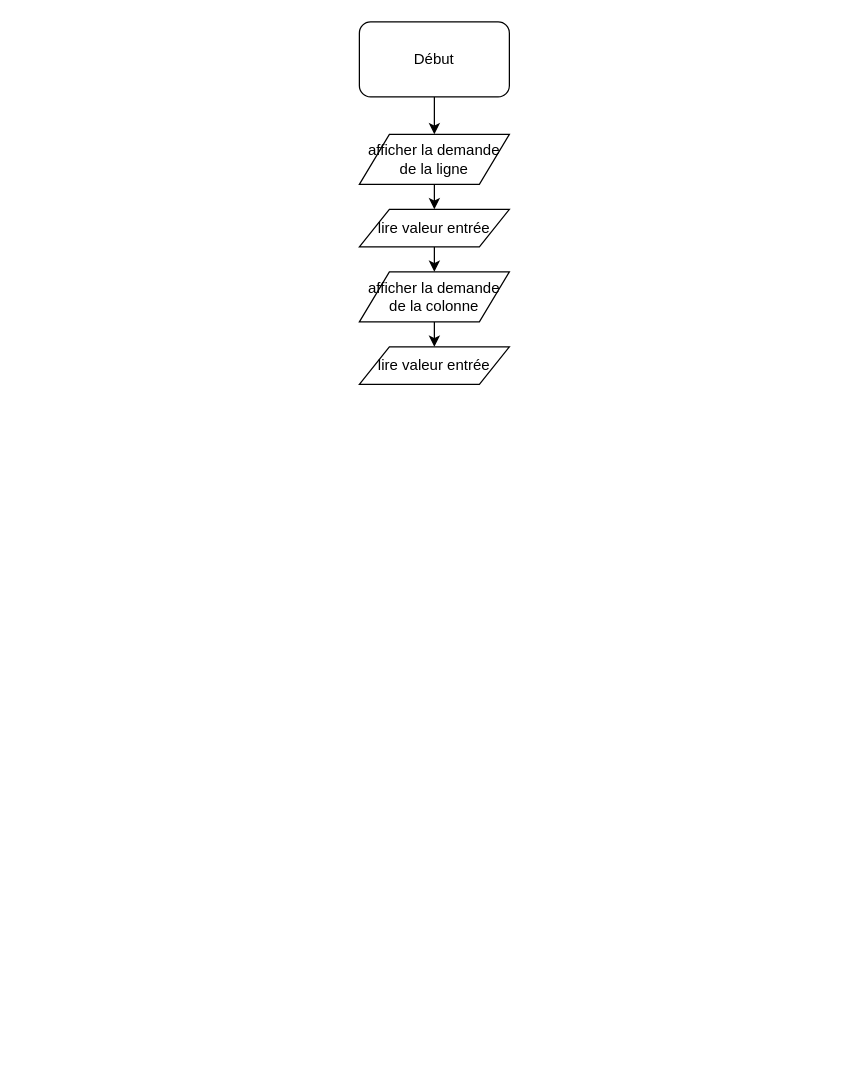
This is DOC/pseudo-code.drawio from AlmirRazic/Bataille-navale, a draw.io file, before an edit. Source tidied: cells renumbered, new cells numbered last; positions are measured from the earlier drawing's top-left corner, leaving out a move shared by most shapes. Both pictures are drawn from the tidied source at 125%, with x=0, y=0 at pixel (359, 21).
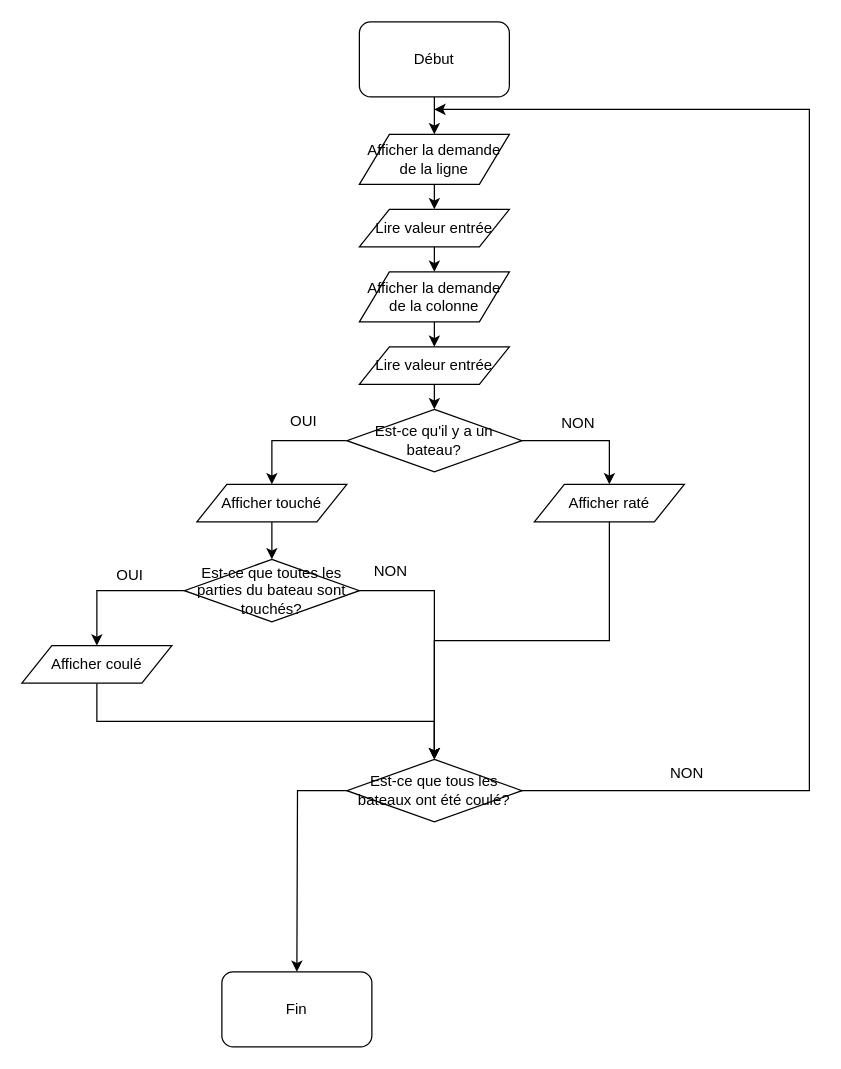
The same page after the edit.

The edit, as a diff of the source:
```diff
@@
-    <mxCell id="5" value="afficher la demande de la ligne" style="shape=parallelogram;perimeter=parallelogramPerimeter;whiteSpace=wrap;html=1;" parent="1" vertex="1">
+    <mxCell id="5" value="Afficher la demande de la ligne" style="shape=parallelogram;perimeter=parallelogramPerimeter;whiteSpace=wrap;html=1;" parent="1" vertex="1">
       <mxGeometry y="90" width="120" height="40" as="geometry" />
     </mxCell>
@@
-    <mxCell id="7" value="lire valeur entrée" style="shape=parallelogram;perimeter=parallelogramPerimeter;whiteSpace=wrap;html=1;" parent="1" vertex="1">
+    <mxCell id="7" value="Lire valeur entrée" style="shape=parallelogram;perimeter=parallelogramPerimeter;whiteSpace=wrap;html=1;" parent="1" vertex="1">
       <mxGeometry y="150" width="120" height="30" as="geometry" />
     </mxCell>
@@
-    <mxCell id="9" value="afficher la demande de la colonne" style="shape=parallelogram;perimeter=parallelogramPerimeter;whiteSpace=wrap;html=1;" parent="1" vertex="1">
+    <mxCell id="9" value="Afficher la demande de la colonne" style="shape=parallelogram;perimeter=parallelogramPerimeter;whiteSpace=wrap;html=1;" parent="1" vertex="1">
       <mxGeometry y="200" width="120" height="40" as="geometry" />
     </mxCell>
+    <mxCell id="11" style="edgeStyle=orthogonalEdgeStyle;rounded=0;jettySize=auto;html=1;exitX=0.5;exitY=1;exitDx=0;exitDy=0;entryX=0.5;entryY=0;entryDx=0;entryDy=0;" parent="1" edge="1" source="10" target="14">
+      <mxGeometry relative="1" as="geometry" />
+    </mxCell>
-    <mxCell id="10" value="lire valeur entrée" style="shape=parallelogram;perimeter=parallelogramPerimeter;whiteSpace=wrap;html=1;" parent="1" vertex="1">
+    <mxCell id="10" value="Lire valeur entrée" style="shape=parallelogram;perimeter=parallelogramPerimeter;whiteSpace=wrap;html=1;" parent="1" vertex="1">
       <mxGeometry y="260" width="120" height="30" as="geometry" />
     </mxCell>
+    <mxCell id="12" style="edgeStyle=orthogonalEdgeStyle;rounded=0;jettySize=auto;html=1;exitX=0;exitY=0.5;exitDx=0;exitDy=0;entryX=0.5;entryY=0;entryDx=0;entryDy=0;" parent="1" edge="1" source="14" target="19">
+      <mxGeometry relative="1" as="geometry" />
+    </mxCell>
+    <mxCell id="13" style="edgeStyle=orthogonalEdgeStyle;rounded=0;jettySize=auto;html=1;exitX=1;exitY=0.5;exitDx=0;exitDy=0;entryX=0.5;entryY=0;entryDx=0;entryDy=0;" parent="1" edge="1" source="14" target="16">
+      <mxGeometry relative="1" as="geometry" />
+    </mxCell>
+    <mxCell id="14" value="Est-ce qu'il y a un bateau?" style="rhombus;whiteSpace=wrap;html=1;" parent="1" vertex="1">
+      <mxGeometry x="-10" y="310" width="140" height="50" as="geometry" />
+    </mxCell>
+    <mxCell id="15" style="edgeStyle=orthogonalEdgeStyle;rounded=0;jettySize=auto;html=1;exitX=0.5;exitY=1;exitDx=0;exitDy=0;entryX=0.5;entryY=0;entryDx=0;entryDy=0;" parent="1" edge="1" source="16" target="29">
+      <mxGeometry relative="1" as="geometry" />
+    </mxCell>
+    <mxCell id="16" value="Afficher raté" style="shape=parallelogram;perimeter=parallelogramPerimeter;whiteSpace=wrap;html=1;" parent="1" vertex="1">
+      <mxGeometry x="140" y="370" width="120" height="30" as="geometry" />
+    </mxCell>
+    <mxCell id="17" value="NON" style="text;html=1;align=left;verticalAlign=top;spacingTop=-4;" parent="1" vertex="1">
+      <mxGeometry x="160" y="311" width="40" height="20" as="geometry" />
+    </mxCell>
+    <mxCell id="18" style="edgeStyle=orthogonalEdgeStyle;rounded=0;jettySize=auto;html=1;exitX=0.5;exitY=1;exitDx=0;exitDy=0;entryX=0.5;entryY=0;entryDx=0;entryDy=0;" parent="1" edge="1" source="19" target="23">
+      <mxGeometry relative="1" as="geometry" />
+    </mxCell>
+    <mxCell id="19" value="Afficher touché" style="shape=parallelogram;perimeter=parallelogramPerimeter;whiteSpace=wrap;html=1;" parent="1" vertex="1">
+      <mxGeometry x="-130" y="370" width="120" height="30" as="geometry" />
+    </mxCell>
+    <mxCell id="20" value="OUI" style="text;html=1;align=left;verticalAlign=top;spacingTop=-4;" parent="1" vertex="1">
+      <mxGeometry x="-57" y="310" width="40" height="20" as="geometry" />
+    </mxCell>
+    <mxCell id="21" style="edgeStyle=orthogonalEdgeStyle;rounded=0;jettySize=auto;html=1;exitX=0;exitY=0.5;exitDx=0;exitDy=0;entryX=0.5;entryY=0;entryDx=0;entryDy=0;" parent="1" edge="1" source="23" target="25">
+      <mxGeometry relative="1" as="geometry" />
+    </mxCell>
+    <mxCell id="22" style="edgeStyle=orthogonalEdgeStyle;rounded=0;jettySize=auto;html=1;exitX=1;exitY=0.5;exitDx=0;exitDy=0;entryX=0.5;entryY=0;entryDx=0;entryDy=0;" parent="1" edge="1" source="23" target="29">
+      <mxGeometry relative="1" as="geometry" />
+    </mxCell>
+    <mxCell id="23" value="Est-ce que toutes les parties du bateau sont touchés?" style="rhombus;whiteSpace=wrap;html=1;" parent="1" vertex="1">
+      <mxGeometry x="-140" y="430" width="140" height="50" as="geometry" />
+    </mxCell>
+    <mxCell id="24" style="edgeStyle=orthogonalEdgeStyle;rounded=0;jettySize=auto;html=1;exitX=0.5;exitY=1;exitDx=0;exitDy=0;entryX=0.5;entryY=0;entryDx=0;entryDy=0;" parent="1" edge="1" source="25" target="29">
+      <mxGeometry relative="1" as="geometry" />
+    </mxCell>
+    <mxCell id="25" value="Afficher coulé" style="shape=parallelogram;perimeter=parallelogramPerimeter;whiteSpace=wrap;html=1;" parent="1" vertex="1">
+      <mxGeometry x="-270" y="499" width="120" height="30" as="geometry" />
+    </mxCell>
+    <mxCell id="26" value="OUI" style="text;html=1;align=left;verticalAlign=top;spacingTop=-4;" parent="1" vertex="1">
+      <mxGeometry x="-196" y="433" width="40" height="20" as="geometry" />
+    </mxCell>
+    <mxCell id="27" style="edgeStyle=orthogonalEdgeStyle;rounded=0;jettySize=auto;html=1;exitX=0;exitY=0.5;exitDx=0;exitDy=0;" parent="1" edge="1" source="29">
+      <mxGeometry relative="1" as="geometry">
+        <mxPoint x="60" y="70" as="targetPoint" />
+        <Array as="points">
+          <mxPoint x="360" y="615" />
+          <mxPoint x="360" y="70" />
+        </Array>
+      </mxGeometry>
+    </mxCell>
+    <mxCell id="28" style="edgeStyle=orthogonalEdgeStyle;rounded=0;jettySize=auto;html=1;exitX=0;exitY=0.5;exitDx=0;exitDy=0;" parent="1" edge="1" source="29">
+      <mxGeometry relative="1" as="geometry">
+        <mxPoint x="-50" y="760" as="targetPoint" />
+      </mxGeometry>
+    </mxCell>
+    <mxCell id="29" value="Est-ce que tous les bateaux ont été coulé?" style="rhombus;whiteSpace=wrap;html=1;" parent="1" vertex="1">
+      <mxGeometry x="-10" y="590" width="140" height="50" as="geometry" />
+    </mxCell>
+    <mxCell id="30" value="NON" style="text;html=1;align=left;verticalAlign=top;spacingTop=-4;" parent="1" vertex="1">
+      <mxGeometry x="247" y="591" width="40" height="20" as="geometry" />
+    </mxCell>
+    <mxCell id="31" value="NON" style="text;html=1;align=left;verticalAlign=top;spacingTop=-4;" parent="1" vertex="1">
+      <mxGeometry x="10" y="430" width="40" height="20" as="geometry" />
+    </mxCell>
+    <mxCell id="32" value="Fin" style="rounded=1;whiteSpace=wrap;html=1;" parent="1" vertex="1">
+      <mxGeometry x="-110" y="760" width="120" height="60" as="geometry" />
+    </mxCell>
```
